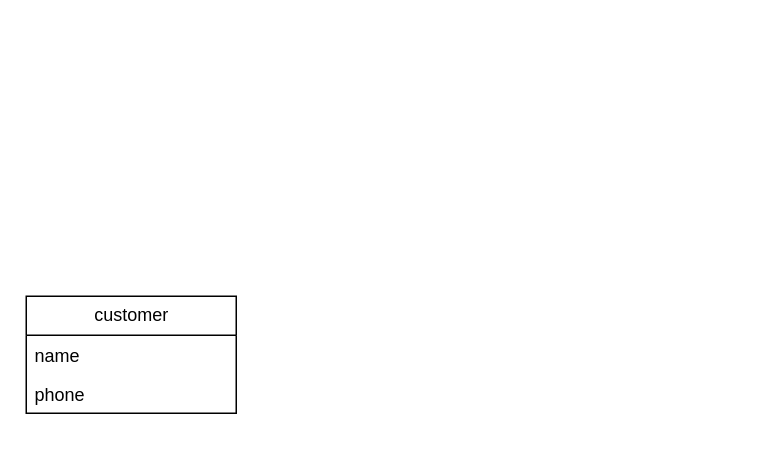
The draw.io diagram 未命名绘图.drawio in Husmzx/mzx_web.github.io, before the edit. Source tidied: cells renumbered, new cells numbered last; positions are measured from the earlier drawing's top-left corner, leaving out a move shared by most shapes. Both pictures are drawn from the tidied source at 150%, with x=0, y=0 at pixel (26, 296).
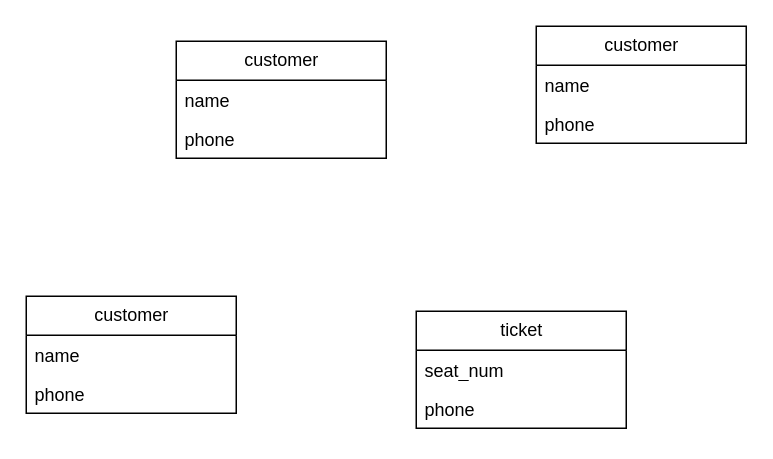
After the change.

Commit message (it also covers changes not shown here):
更新未命名绘图.drawio

What changed in the source:
```diff
@@
 <mxGraphModel>
   <root>
     <mxCell id="0" />
     <mxCell id="1" parent="0" />
     <mxCell id="2" value="customer" style="swimlane;fontStyle=0;horizontal=1;startSize=26;fillColor=none;html=1;" parent="1" vertex="1">
       <mxGeometry width="140" height="78" as="geometry" />
     </mxCell>
     <mxCell id="3" value="name" style="text;strokeColor=none;fillColor=none;align=left;verticalAlign=top;spacingLeft=4;spacingRight=4;overflow=hidden;whiteSpace=wrap;html=1;" parent="2" vertex="1">
       <mxGeometry y="26" width="140" height="26" as="geometry" />
     </mxCell>
     <mxCell id="4" value="phone" style="text;strokeColor=none;fillColor=none;align=left;verticalAlign=top;spacingLeft=4;spacingRight=4;overflow=hidden;whiteSpace=wrap;html=1;" parent="2" vertex="1">
       <mxGeometry y="52" width="140" height="26" as="geometry" />
     </mxCell>
+    <mxCell id="5" value="ticket" style="swimlane;fontStyle=0;horizontal=1;startSize=26;fillColor=none;html=1;" parent="1" vertex="1">
+      <mxGeometry x="260" y="10" width="140" height="78" as="geometry" />
+    </mxCell>
+    <mxCell id="6" value="seat_num" style="text;strokeColor=none;fillColor=none;align=left;verticalAlign=top;spacingLeft=4;spacingRight=4;overflow=hidden;whiteSpace=wrap;html=1;" parent="5" vertex="1">
+      <mxGeometry y="26" width="140" height="26" as="geometry" />
+    </mxCell>
+    <mxCell id="7" value="phone" style="text;strokeColor=none;fillColor=none;align=left;verticalAlign=top;spacingLeft=4;spacingRight=4;overflow=hidden;whiteSpace=wrap;html=1;" parent="5" vertex="1">
+      <mxGeometry y="52" width="140" height="26" as="geometry" />
+    </mxCell>
+    <mxCell id="8" value="customer" style="swimlane;fontStyle=0;horizontal=1;startSize=26;fillColor=none;html=1;" parent="1" vertex="1">
+      <mxGeometry x="100" y="-170" width="140" height="78" as="geometry" />
+    </mxCell>
+    <mxCell id="9" value="name" style="text;strokeColor=none;fillColor=none;align=left;verticalAlign=top;spacingLeft=4;spacingRight=4;overflow=hidden;whiteSpace=wrap;html=1;" parent="8" vertex="1">
+      <mxGeometry y="26" width="140" height="26" as="geometry" />
+    </mxCell>
+    <mxCell id="10" value="phone" style="text;strokeColor=none;fillColor=none;align=left;verticalAlign=top;spacingLeft=4;spacingRight=4;overflow=hidden;whiteSpace=wrap;html=1;" parent="8" vertex="1">
+      <mxGeometry y="52" width="140" height="26" as="geometry" />
+    </mxCell>
+    <mxCell id="11" value="customer" style="swimlane;fontStyle=0;horizontal=1;startSize=26;fillColor=none;html=1;" parent="1" vertex="1">
+      <mxGeometry x="340" y="-180" width="140" height="78" as="geometry" />
+    </mxCell>
+    <mxCell id="12" value="name" style="text;strokeColor=none;fillColor=none;align=left;verticalAlign=top;spacingLeft=4;spacingRight=4;overflow=hidden;whiteSpace=wrap;html=1;" parent="11" vertex="1">
+      <mxGeometry y="26" width="140" height="26" as="geometry" />
+    </mxCell>
+    <mxCell id="13" value="phone" style="text;strokeColor=none;fillColor=none;align=left;verticalAlign=top;spacingLeft=4;spacingRight=4;overflow=hidden;whiteSpace=wrap;html=1;" parent="11" vertex="1">
+      <mxGeometry y="52" width="140" height="26" as="geometry" />
+    </mxCell>
   </root>
 </mxGraphModel>
```
